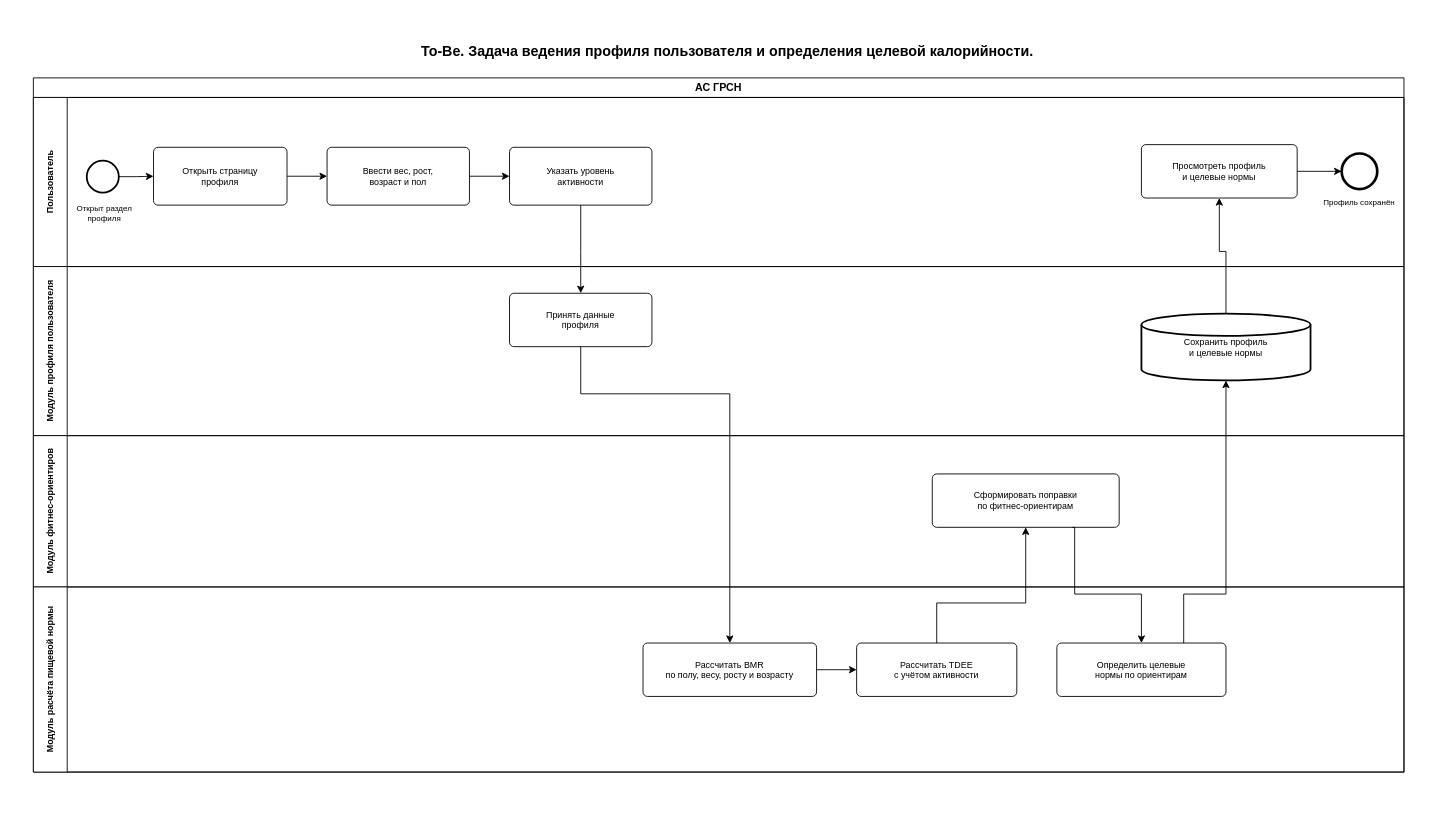
Above: Optimization-Methods/laba_2/diagrams/To-Be/To-Be_Ведение_профиля_и_расчёт_целевой_калорийности_BPMN.drawio in Skipl1/ASOIU (draw.io), before the change. Source tidied: cells renumbered, new cells numbered last; positions are measured from the earlier drawing's top-left corner, leaving out a move shared by most shapes. Both pictures are drawn from the tidied source at 89%, with x=0, y=0 at pixel (15, 15).
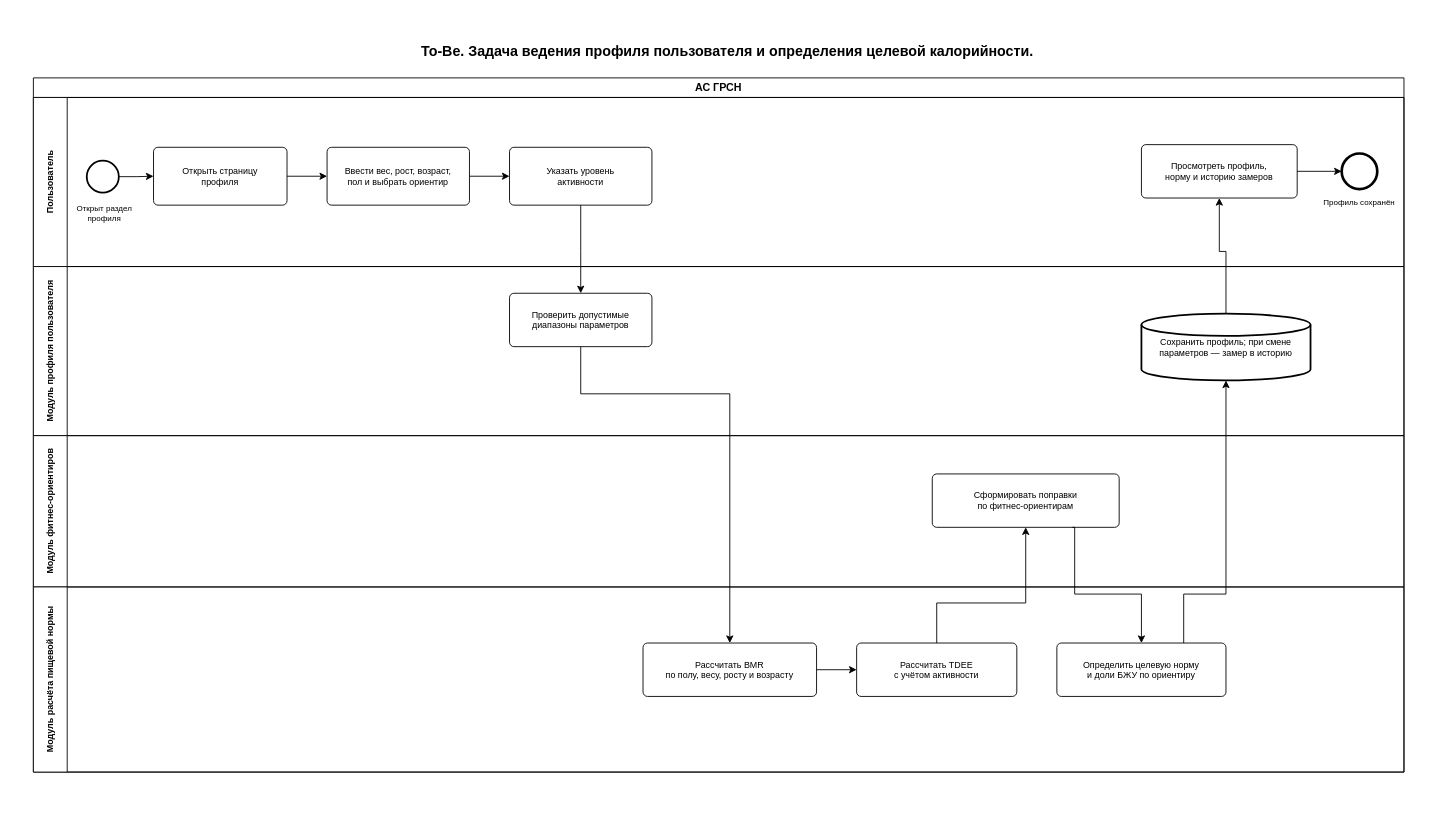
Above is the later version.

The edit, as a diff of the source:
```diff
@@
-    <mxCell id="12" value="Ввести вес, рост,&lt;br&gt;возраст и пол" style="rounded=1;whiteSpace=wrap;html=1;arcSize=10;absoluteArcSize=1;fillColor=#ffffff;strokeColor=#000000;fontSize=10;" parent="1" vertex="1">
+    <mxCell id="12" value="Ввести вес, рост, возраст,&lt;br&gt;пол и выбрать ориентир" style="rounded=1;whiteSpace=wrap;html=1;arcSize=10;absoluteArcSize=1;fillColor=#ffffff;strokeColor=#000000;fontSize=10;" parent="1" vertex="1">
       <mxGeometry x="350" y="148" width="160" height="65" as="geometry" />
     </mxCell>
@@
-    <mxCell id="14" value="Просмотреть профиль&lt;br&gt;и целевые нормы" style="rounded=1;whiteSpace=wrap;html=1;arcSize=10;absoluteArcSize=1;fillColor=#ffffff;strokeColor=#000000;fontSize=10;" parent="1" vertex="1">
+    <mxCell id="14" value="Просмотреть профиль,&lt;br&gt;норму и историю замеров" style="rounded=1;whiteSpace=wrap;html=1;arcSize=10;absoluteArcSize=1;fillColor=#ffffff;strokeColor=#000000;fontSize=10;" parent="1" vertex="1">
       <mxGeometry x="1265" y="145" width="175" height="60" as="geometry" />
     </mxCell>
@@
-    <mxCell id="17" value="Принять данные&lt;br&gt;профиля" style="rounded=1;whiteSpace=wrap;html=1;arcSize=10;absoluteArcSize=1;fillColor=#ffffff;strokeColor=#000000;fontSize=10;" parent="1" vertex="1">
+    <mxCell id="17" value="Проверить допустимые&lt;br&gt;диапазоны параметров" style="rounded=1;whiteSpace=wrap;html=1;arcSize=10;absoluteArcSize=1;fillColor=#ffffff;strokeColor=#000000;fontSize=10;" parent="1" vertex="1">
       <mxGeometry x="555" y="312" width="160" height="60" as="geometry" />
     </mxCell>
-    <mxCell id="18" value="Сохранить профиль&lt;br&gt;и целевые нормы" style="strokeWidth=2;html=1;shape=mxgraph.flowchart.database;whiteSpace=wrap;fillColor=#ffffff;strokeColor=#000000;fontSize=10;" parent="1" vertex="1">
+    <mxCell id="18" value="Сохранить профиль; при смене&lt;br&gt;параметров — замер в историю" style="strokeWidth=2;html=1;shape=mxgraph.flowchart.database;whiteSpace=wrap;fillColor=#ffffff;strokeColor=#000000;fontSize=10;" parent="1" vertex="1">
       <mxGeometry x="1265" y="335" width="190" height="75" as="geometry" />
     </mxCell>
@@
-    <mxCell id="22" value="Определить целевые&lt;br&gt;нормы по ориентирам" style="rounded=1;whiteSpace=wrap;html=1;arcSize=10;absoluteArcSize=1;fillColor=#ffffff;strokeColor=#000000;fontSize=10;" parent="1" vertex="1">
+    <mxCell id="22" value="Определить целевую норму&lt;br&gt;и доли БЖУ по ориентиру" style="rounded=1;whiteSpace=wrap;html=1;arcSize=10;absoluteArcSize=1;fillColor=#ffffff;strokeColor=#000000;fontSize=10;" parent="1" vertex="1">
       <mxGeometry x="1170" y="705" width="190" height="60" as="geometry" />
     </mxCell>
```
